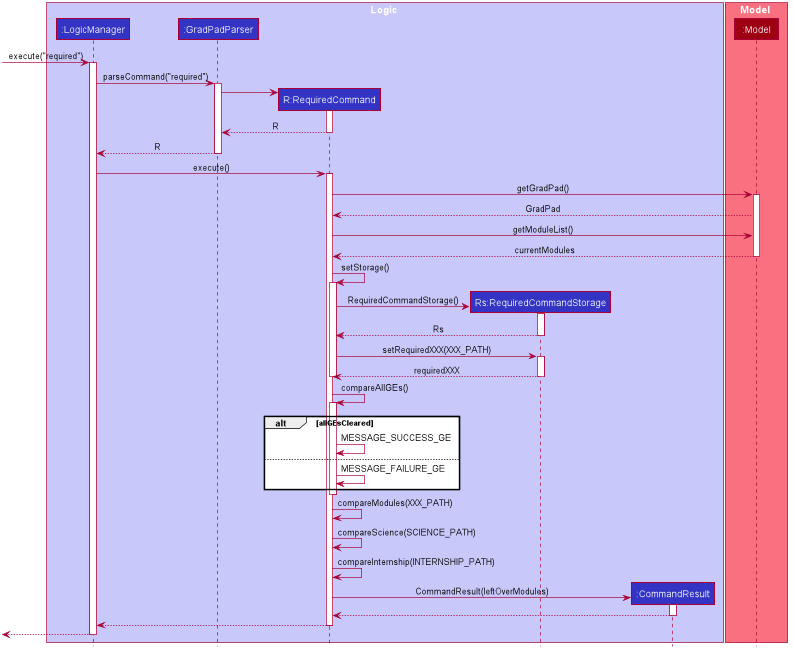
The PlantUML diagram docs/images/RequiredSequenceDiagram.png in yan-soon/tp, before a commit.
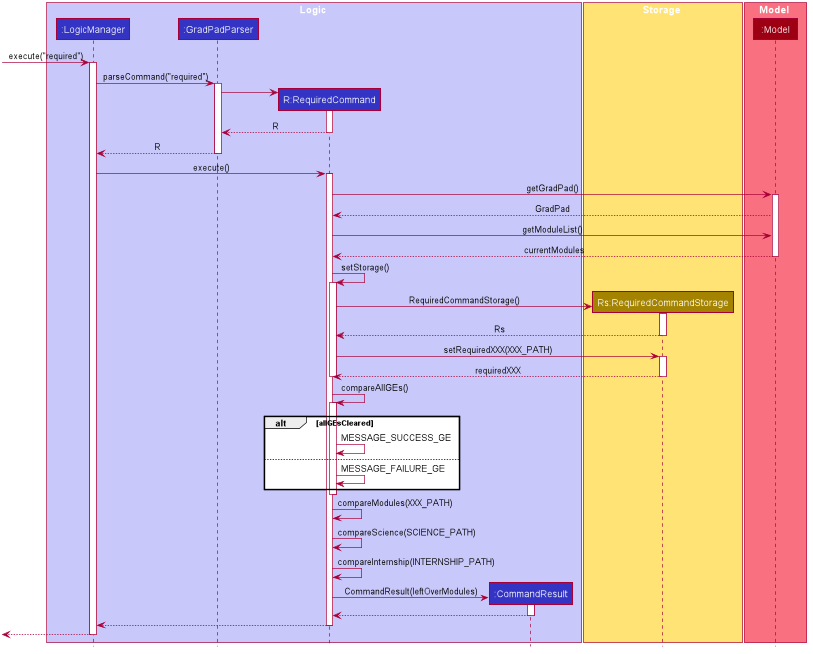
After the change.

Commit message:
update seq diagrams to include storage component

What changed in the source:
```diff
@@ -53,9 +53,13 @@
 participant ":LogicManager" as LogicManager #3333C4
 participant ":GradPadParser" as GradPadParser #3333C4
 participant "R:RequiredCommand" as RequiredCommand #3333C4
-participant "Rs:RequiredCommandStorage" as RequiredCommandStorage #3333C4
 participant ":CommandResult" as CommandResult #3333C4
 end box
+
+box Storage #FFE374
+participant "Rs:RequiredCommandStorage" as RequiredCommandStorage #A38300
+end box
+
 
 box Model #F97181
 participant ":Model" as Model #9D0012
```
